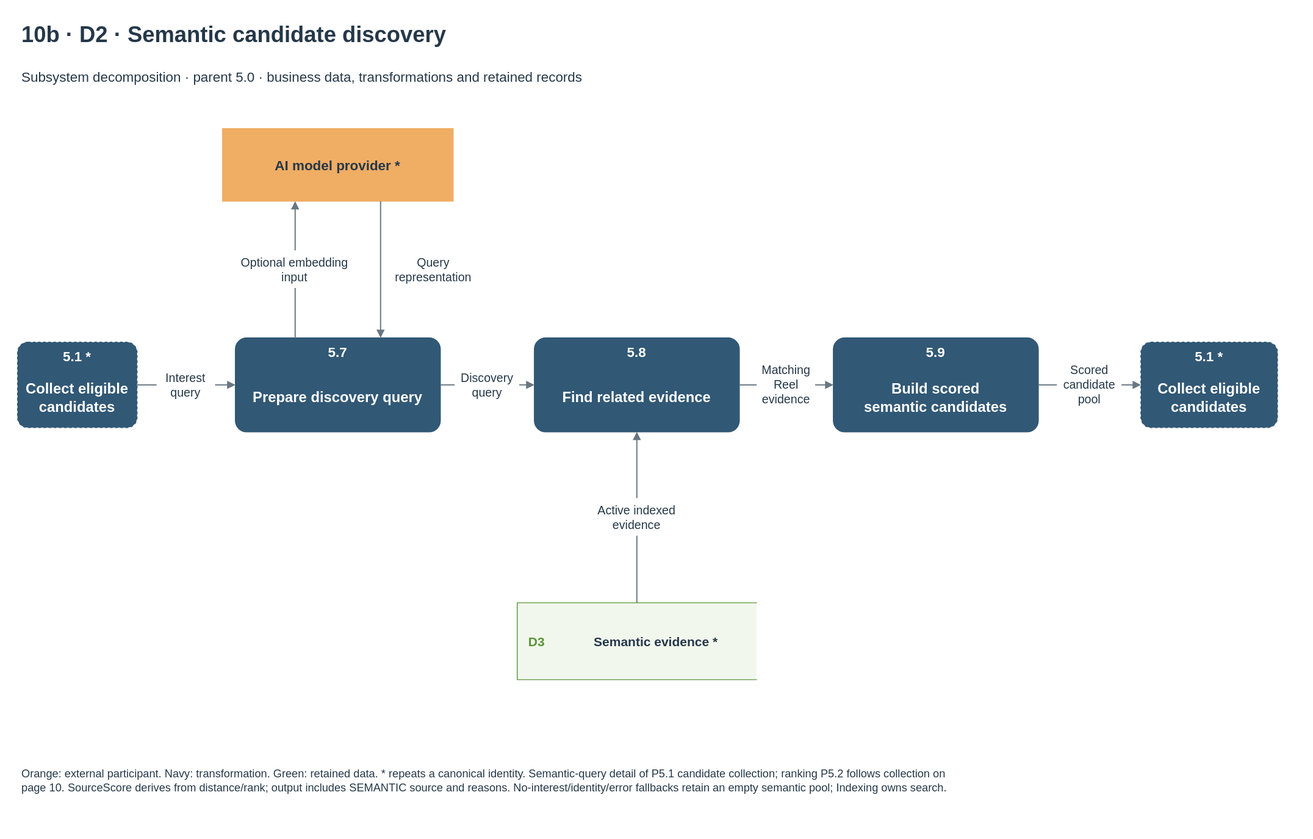
HieuCuteDangYeu/velora-backend keeps this draw.io diagram as docs/diagrams/velora-current/importable-svg/10b-dfd-semantic-candidates.drawio.svg. Above is the earlier version. Source tidied: cells renumbered, new cells last; positions are measured from the earlier drawing's top-left corner, leaving out a move shared by most shapes.
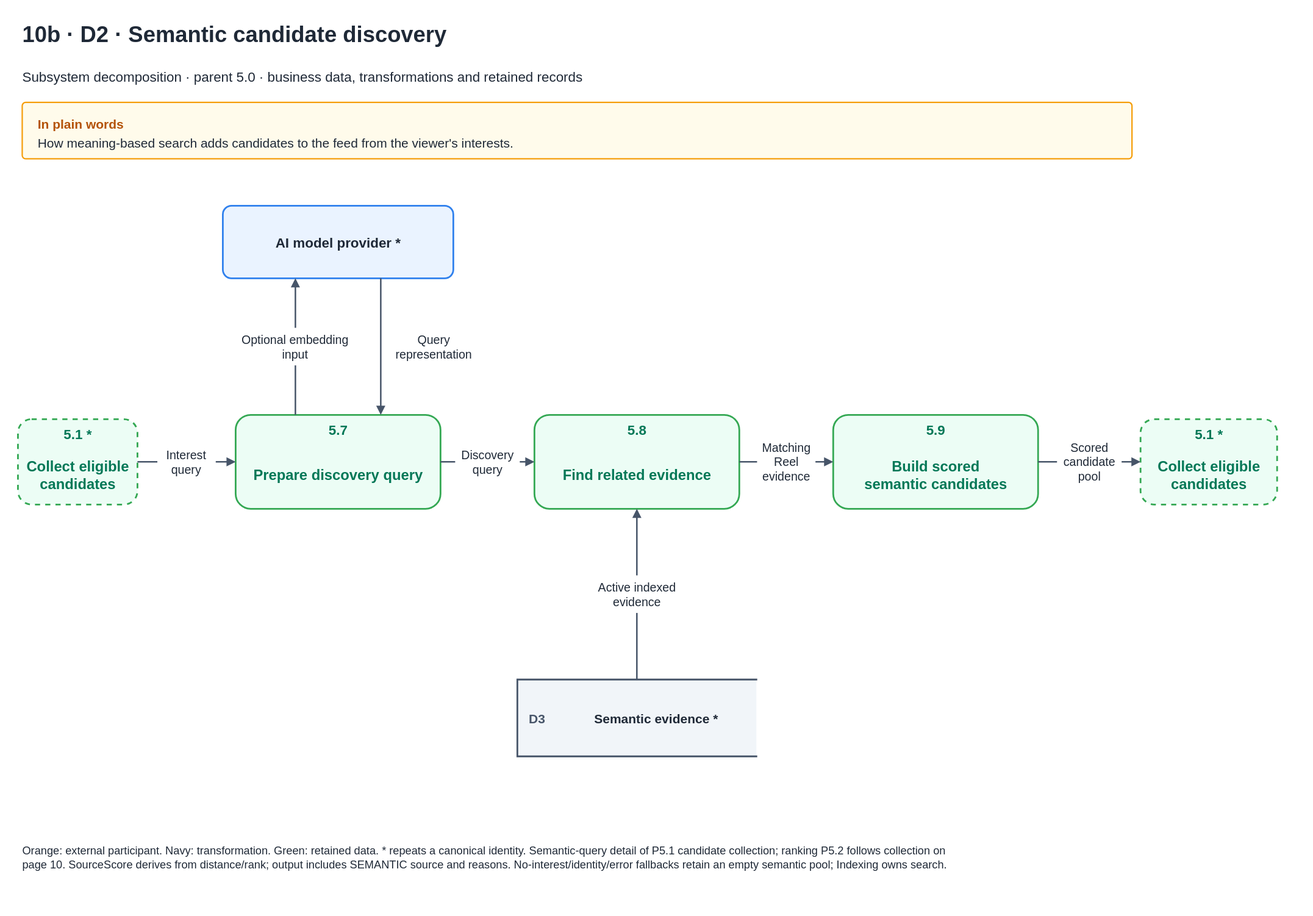
After the change.

Diff of the diagram source:
```diff
@@ -4,87 +4,93 @@
     <mxCell id="1" parent="0" />
-    <mxCell id="2" value="10b · D2 · Semantic candidate discovery" style="text;html=1;whiteSpace=wrap;fontFamily=Arial;fontSize=26;fontColor=#253849;fontStyle=1;align=left;verticalAlign=middle;spacing=0;" parent="1" vertex="1">
-      <mxGeometry x="5" width="1460" height="40" as="geometry" />
+    <mxCell id="2" value="10b · D2 · Semantic candidate discovery" style="text;html=1;whiteSpace=wrap;fontFamily=Helvetica;fontSize=26;fontColor=#1F2937;fontStyle=1;align=left;verticalAlign=middle;spacing=0;" parent="1" vertex="1">
+      <mxGeometry x="5" y="-91" width="1460" height="40" as="geometry" />
     </mxCell>
-    <mxCell id="3" value="Subsystem decomposition · parent 5.0 · business data, transformations and retained records" style="text;html=1;whiteSpace=wrap;fontFamily=Arial;fontSize=16;fontColor=#253849;fontStyle=0;align=left;verticalAlign=middle;spacing=0;" parent="1" vertex="1">
-      <mxGeometry x="5" y="50" width="1460" height="40" as="geometry" />
+    <mxCell id="3" value="Subsystem decomposition · parent 5.0 · business data, transformations and retained records" style="text;html=1;whiteSpace=wrap;fontFamily=Helvetica;fontSize=16;fontColor=#1F2937;fontStyle=0;align=left;verticalAlign=middle;spacing=0;" parent="1" vertex="1">
+      <mxGeometry x="5" y="-41" width="1460" height="40" as="geometry" />
     </mxCell>
+    <mxCell id="46" value="In plain words" style="rounded=1;arcSize=6;html=1;whiteSpace=wrap;fontFamily=Helvetica;fontSize=15;fontStyle=1;fontColor=#B45309;fillColor=#FFFBEB;strokeColor=#F59E0B;strokeWidth=1.6;align=left;verticalAlign=top;spacingLeft=16;spacingTop=10;" parent="1" vertex="1">
+      <mxGeometry x="5" y="9" width="1300" height="66" as="geometry" />
+    </mxCell>
+    <mxCell id="47" value="How meaning-based search adds candidates to the feed from the viewer&amp;#x27;s interests." style="text;html=1;whiteSpace=wrap;fontFamily=Helvetica;fontSize=15;fontColor=#1F2937;align=left;verticalAlign=top;strokeColor=none;fillColor=none;" parent="1" vertex="1">
+      <mxGeometry x="21" y="41" width="1268" height="28" as="geometry" />
+    </mxCell>
-    <mxCell id="4" style="rounded=1;arcSize=12;fillColor=#315875;strokeColor=#315875;dashed=0;whiteSpace=wrap;" parent="1" vertex="1">
+    <mxCell id="4" style="rounded=1;arcSize=16;fillColor=#ECFDF5;strokeColor=#34A853;dashed=0;whiteSpace=wrap;strokeWidth=2;" parent="1" vertex="1">
       <mxGeometry x="255" y="375" width="240" height="110" as="geometry" />
     </mxCell>
-    <mxCell id="5" value="5.7" style="text;html=1;whiteSpace=wrap;fontFamily=Arial;fontSize=16;fontColor=white;fontStyle=1;align=center;verticalAlign=middle;spacing=0;" parent="4" vertex="1">
+    <mxCell id="5" value="5.7" style="text;html=1;whiteSpace=wrap;fontFamily=Helvetica;fontSize=16;fontColor=#047857;fontStyle=1;align=center;verticalAlign=middle;spacing=0;" parent="4" vertex="1">
       <mxGeometry x="5" y="4" width="230" height="25" as="geometry" />
     </mxCell>
-    <mxCell id="6" value="Prepare discovery query" style="text;html=1;whiteSpace=wrap;fontFamily=Arial;fontSize=17;fontColor=white;fontStyle=1;align=center;verticalAlign=middle;spacing=0;" parent="4" vertex="1">
+    <mxCell id="6" value="Prepare discovery query" style="text;html=1;whiteSpace=wrap;fontFamily=Helvetica;fontSize=17;fontColor=#047857;fontStyle=1;align=center;verticalAlign=middle;spacing=0;" parent="4" vertex="1">
       <mxGeometry x="8" y="36" width="224" height="70" as="geometry" />
     </mxCell>
-    <mxCell id="7" style="rounded=1;arcSize=12;fillColor=#315875;strokeColor=#315875;dashed=0;whiteSpace=wrap;" parent="1" vertex="1">
+    <mxCell id="7" style="rounded=1;arcSize=16;fillColor=#ECFDF5;strokeColor=#34A853;dashed=0;whiteSpace=wrap;strokeWidth=2;" parent="1" vertex="1">
       <mxGeometry x="605" y="375" width="240" height="110" as="geometry" />
     </mxCell>
-    <mxCell id="8" value="5.8" style="text;html=1;whiteSpace=wrap;fontFamily=Arial;fontSize=16;fontColor=white;fontStyle=1;align=center;verticalAlign=middle;spacing=0;" parent="7" vertex="1">
+    <mxCell id="8" value="5.8" style="text;html=1;whiteSpace=wrap;fontFamily=Helvetica;fontSize=16;fontColor=#047857;fontStyle=1;align=center;verticalAlign=middle;spacing=0;" parent="7" vertex="1">
       <mxGeometry x="5" y="4" width="230" height="25" as="geometry" />
     </mxCell>
-    <mxCell id="9" value="Find related evidence" style="text;html=1;whiteSpace=wrap;fontFamily=Arial;fontSize=17;fontColor=white;fontStyle=1;align=center;verticalAlign=middle;spacing=0;" parent="7" vertex="1">
+    <mxCell id="9" value="Find related evidence" style="text;html=1;whiteSpace=wrap;fontFamily=Helvetica;fontSize=17;fontColor=#047857;fontStyle=1;align=center;verticalAlign=middle;spacing=0;" parent="7" vertex="1">
       <mxGeometry x="8" y="36" width="224" height="70" as="geometry" />
     </mxCell>
-    <mxCell id="10" style="rounded=1;arcSize=12;fillColor=#315875;strokeColor=#315875;dashed=0;whiteSpace=wrap;" parent="1" vertex="1">
+    <mxCell id="10" style="rounded=1;arcSize=16;fillColor=#ECFDF5;strokeColor=#34A853;dashed=0;whiteSpace=wrap;strokeWidth=2;" parent="1" vertex="1">
       <mxGeometry x="955" y="375" width="240" height="110" as="geometry" />
     </mxCell>
-    <mxCell id="11" value="5.9" style="text;html=1;whiteSpace=wrap;fontFamily=Arial;fontSize=16;fontColor=white;fontStyle=1;align=center;verticalAlign=middle;spacing=0;" parent="10" vertex="1">
+    <mxCell id="11" value="5.9" style="text;html=1;whiteSpace=wrap;fontFamily=Helvetica;fontSize=16;fontColor=#047857;fontStyle=1;align=center;verticalAlign=middle;spacing=0;" parent="10" vertex="1">
       <mxGeometry x="5" y="4" width="230" height="25" as="geometry" />
     </mxCell>
-    <mxCell id="12" value="Build scored&lt;br&gt;semantic candidates" style="text;html=1;whiteSpace=wrap;fontFamily=Arial;fontSize=17;fontColor=white;fontStyle=1;align=center;verticalAlign=middle;spacing=0;" parent="10" vertex="1">
+    <mxCell id="12" value="Build scored&lt;br&gt;semantic candidates" style="text;html=1;whiteSpace=wrap;fontFamily=Helvetica;fontSize=17;fontColor=#047857;fontStyle=1;align=center;verticalAlign=middle;spacing=0;" parent="10" vertex="1">
       <mxGeometry x="8" y="36" width="224" height="70" as="geometry" />
     </mxCell>
-    <mxCell id="13" style="rounded=1;arcSize=12;fillColor=#315875;strokeColor=#315875;dashed=1;whiteSpace=wrap;" parent="1" vertex="1">
+    <mxCell id="13" style="rounded=1;arcSize=16;fillColor=#ECFDF5;strokeColor=#34A853;dashed=1;whiteSpace=wrap;strokeWidth=2;" parent="1" vertex="1">
       <mxGeometry y="380" width="140" height="100" as="geometry" />
     </mxCell>
-    <mxCell id="14" value="5.1 *" style="text;html=1;whiteSpace=wrap;fontFamily=Arial;fontSize=16;fontColor=white;fontStyle=1;align=center;verticalAlign=middle;spacing=0;" parent="13" vertex="1">
+    <mxCell id="14" value="5.1 *" style="text;html=1;whiteSpace=wrap;fontFamily=Helvetica;fontSize=16;fontColor=#047857;fontStyle=1;align=center;verticalAlign=middle;spacing=0;" parent="13" vertex="1">
       <mxGeometry x="5" y="4" width="130" height="25" as="geometry" />
     </mxCell>
-    <mxCell id="15" value="Collect eligible&lt;br&gt;candidates" style="text;html=1;whiteSpace=wrap;fontFamily=Arial;fontSize=17;fontColor=white;fontStyle=1;align=center;verticalAlign=middle;spacing=0;" parent="13" vertex="1">
+    <mxCell id="15" value="Collect eligible&lt;br&gt;candidates" style="text;html=1;whiteSpace=wrap;fontFamily=Helvetica;fontSize=17;fontColor=#047857;fontStyle=1;align=center;verticalAlign=middle;spacing=0;" parent="13" vertex="1">
       <mxGeometry x="8" y="36" width="124" height="60" as="geometry" />
     </mxCell>
-    <mxCell id="16" style="rounded=0;arcSize=12;fillColor=#f0ad64;strokeColor=#f0ad64;dashed=0;whiteSpace=wrap;" parent="1" vertex="1">
+    <mxCell id="16" style="rounded=1;arcSize=12;fillColor=#EAF3FF;strokeColor=#2F80ED;dashed=0;whiteSpace=wrap;strokeWidth=2;" parent="1" vertex="1">
       <mxGeometry x="240" y="130" width="270" height="85" as="geometry" />
     </mxCell>
-    <mxCell id="17" value="AI model provider *" style="text;html=1;whiteSpace=wrap;fontFamily=Arial;fontSize=16;fontColor=#253849;fontStyle=1;align=center;verticalAlign=middle;spacing=0;" parent="16" vertex="1">
+    <mxCell id="17" value="AI model provider *" style="text;html=1;whiteSpace=wrap;fontFamily=Helvetica;fontSize=16;fontColor=#1F2937;fontStyle=1;align=center;verticalAlign=middle;spacing=0;" parent="16" vertex="1">
       <mxGeometry x="8" y="8" width="254" height="69" as="geometry" />
     </mxCell>
-    <mxCell id="18" style="shape=partialRectangle;right=0;left=1;top=1;bottom=1;rounded=0;fillColor=#f2f7ed;strokeColor=#579539;whiteSpace=wrap;" parent="1" vertex="1">
+    <mxCell id="18" style="shape=partialRectangle;right=0;left=1;top=1;bottom=1;rounded=0;fillColor=#F1F5F9;strokeColor=#475569;whiteSpace=wrap;strokeWidth=2;" parent="1" vertex="1">
       <mxGeometry x="585" y="685" width="280" height="90" as="geometry" />
     </mxCell>
-    <mxCell id="19" value="D3" style="text;html=1;whiteSpace=wrap;fontFamily=Arial;fontSize=15;fontColor=#579539;fontStyle=1;align=center;verticalAlign=middle;spacing=0;" parent="18" vertex="1">
+    <mxCell id="19" value="D3" style="text;html=1;whiteSpace=wrap;fontFamily=Helvetica;fontSize=15;fontColor=#475569;fontStyle=1;align=center;verticalAlign=middle;spacing=0;" parent="18" vertex="1">
       <mxGeometry x="2" y="2" width="42" height="86" as="geometry" />
     </mxCell>
-    <mxCell id="20" value="Semantic evidence *" style="text;html=1;whiteSpace=wrap;fontFamily=Arial;fontSize=15;fontColor=#253849;fontStyle=1;align=center;verticalAlign=middle;spacing=0;" parent="18" vertex="1">
+    <mxCell id="20" value="Semantic evidence *" style="text;html=1;whiteSpace=wrap;fontFamily=Helvetica;fontSize=15;fontColor=#1F2937;fontStyle=1;align=center;verticalAlign=middle;spacing=0;" parent="18" vertex="1">
       <mxGeometry x="53" y="5" width="219" height="80" as="geometry" />
     </mxCell>
-    <mxCell id="21" style="rounded=1;arcSize=12;fillColor=#315875;strokeColor=#315875;dashed=1;whiteSpace=wrap;" parent="1" vertex="1">
+    <mxCell id="21" style="rounded=1;arcSize=16;fillColor=#ECFDF5;strokeColor=#34A853;dashed=1;whiteSpace=wrap;strokeWidth=2;" parent="1" vertex="1">
       <mxGeometry x="1315" y="380" width="160" height="100" as="geometry" />
     </mxCell>
-    <mxCell id="22" value="5.1 *" style="text;html=1;whiteSpace=wrap;fontFamily=Arial;fontSize=16;fontColor=white;fontStyle=1;align=center;verticalAlign=middle;spacing=0;" parent="21" vertex="1">
+    <mxCell id="22" value="5.1 *" style="text;html=1;whiteSpace=wrap;fontFamily=Helvetica;fontSize=16;fontColor=#047857;fontStyle=1;align=center;verticalAlign=middle;spacing=0;" parent="21" vertex="1">
       <mxGeometry x="5" y="4" width="150" height="25" as="geometry" />
     </mxCell>
-    <mxCell id="23" value="Collect eligible&lt;br&gt;candidates" style="text;html=1;whiteSpace=wrap;fontFamily=Arial;fontSize=17;fontColor=white;fontStyle=1;align=center;verticalAlign=middle;spacing=0;" parent="21" vertex="1">
+    <mxCell id="23" value="Collect eligible&lt;br&gt;candidates" style="text;html=1;whiteSpace=wrap;fontFamily=Helvetica;fontSize=17;fontColor=#047857;fontStyle=1;align=center;verticalAlign=middle;spacing=0;" parent="21" vertex="1">
       <mxGeometry x="8" y="36" width="144" height="60" as="geometry" />
     </mxCell>
-    <mxCell id="24" style="edgeStyle=none;noEdgeStyle=1;endArrow=block;endFill=1;strokeColor=#687782;strokeWidth=1.4;jumpStyle=arc;jumpSize=8;exitPerimeter=0;entryPerimeter=0;exitX=1.0;exitY=0.5;entryX=0.0;entryY=0.5;" parent="1" edge="1" source="13" target="4">
+    <mxCell id="24" style="edgeStyle=none;noEdgeStyle=1;endArrow=block;endFill=1;strokeColor=#475569;strokeWidth=1.8;jumpStyle=arc;jumpSize=8;exitPerimeter=0;entryPerimeter=0;exitX=1.0;exitY=0.5;entryX=0.0;entryY=0.5;" parent="1" edge="1" source="13" target="4">
       <mxGeometry relative="1" as="geometry" />
     </mxCell>
-    <mxCell id="25" style="edgeStyle=none;noEdgeStyle=1;endArrow=block;endFill=1;strokeColor=#687782;strokeWidth=1.4;jumpStyle=arc;jumpSize=8;exitPerimeter=0;entryPerimeter=0;exitX=1.0;exitY=0.5;entryX=0.0;entryY=0.5;" parent="1" edge="1" source="4" target="7">
+    <mxCell id="25" style="edgeStyle=none;noEdgeStyle=1;endArrow=block;endFill=1;strokeColor=#475569;strokeWidth=1.8;jumpStyle=arc;jumpSize=8;exitPerimeter=0;entryPerimeter=0;exitX=1.0;exitY=0.5;entryX=0.0;entryY=0.5;" parent="1" edge="1" source="4" target="7">
       <mxGeometry relative="1" as="geometry" />
     </mxCell>
-    <mxCell id="26" style="edgeStyle=none;noEdgeStyle=1;endArrow=block;endFill=1;strokeColor=#687782;strokeWidth=1.4;jumpStyle=arc;jumpSize=8;exitPerimeter=0;entryPerimeter=0;exitX=1.0;exitY=0.5;entryX=0.0;entryY=0.5;" parent="1" edge="1" source="7" target="10">
+    <mxCell id="26" style="edgeStyle=none;noEdgeStyle=1;endArrow=block;endFill=1;strokeColor=#475569;strokeWidth=1.8;jumpStyle=arc;jumpSize=8;exitPerimeter=0;entryPerimeter=0;exitX=1.0;exitY=0.5;entryX=0.0;entryY=0.5;" parent="1" edge="1" source="7" target="10">
       <mxGeometry relative="1" as="geometry" />
     </mxCell>
-    <mxCell id="27" style="edgeStyle=none;noEdgeStyle=1;endArrow=block;endFill=1;strokeColor=#687782;strokeWidth=1.4;jumpStyle=arc;jumpSize=8;exitPerimeter=0;entryPerimeter=0;exitX=0.2916666666666667;exitY=0.0;entryX=0.3148148148148148;entryY=1.0;" parent="1" edge="1" source="4" target="16">
+    <mxCell id="27" style="edgeStyle=none;noEdgeStyle=1;endArrow=block;endFill=1;strokeColor=#475569;strokeWidth=1.8;jumpStyle=arc;jumpSize=8;exitPerimeter=0;entryPerimeter=0;exitX=0.2916666666666667;exitY=0.0;entryX=0.3148148148148148;entryY=1.0;" parent="1" edge="1" source="4" target="16">
       <mxGeometry relative="1" as="geometry" />
     </mxCell>
-    <mxCell id="28" style="edgeStyle=none;noEdgeStyle=1;endArrow=block;endFill=1;strokeColor=#687782;strokeWidth=1.4;jumpStyle=arc;jumpSize=8;exitPerimeter=0;entryPerimeter=0;exitX=0.6851851851851852;exitY=1.0;entryX=0.7083333333333334;entryY=0.0;" parent="1" edge="1" source="16" target="4">
+    <mxCell id="28" style="edgeStyle=none;noEdgeStyle=1;endArrow=block;endFill=1;strokeColor=#475569;strokeWidth=1.8;jumpStyle=arc;jumpSize=8;exitPerimeter=0;entryPerimeter=0;exitX=0.6851851851851852;exitY=1.0;entryX=0.7083333333333334;entryY=0.0;" parent="1" edge="1" source="16" target="4">
       <mxGeometry relative="1" as="geometry" />
     </mxCell>
-    <mxCell id="29" style="edgeStyle=none;noEdgeStyle=1;endArrow=block;endFill=1;strokeColor=#687782;strokeWidth=1.4;jumpStyle=arc;jumpSize=8;exitPerimeter=0;entryPerimeter=0;exitX=0.5;exitY=0.0;entryX=0.5;entryY=1.0;" parent="1" edge="1" source="18" target="7">
+    <mxCell id="29" style="edgeStyle=none;noEdgeStyle=1;endArrow=block;endFill=1;strokeColor=#475569;strokeWidth=1.8;jumpStyle=arc;jumpSize=8;exitPerimeter=0;entryPerimeter=0;exitX=0.5;exitY=0.0;entryX=0.5;entryY=1.0;" parent="1" edge="1" source="18" target="7">
       <mxGeometry relative="1" as="geometry" />
     </mxCell>
-    <mxCell id="30" style="edgeStyle=none;noEdgeStyle=1;endArrow=block;endFill=1;strokeColor=#687782;strokeWidth=1.4;jumpStyle=arc;jumpSize=8;exitPerimeter=0;entryPerimeter=0;exitX=1.0;exitY=0.5;entryX=0.0;entryY=0.5;" parent="1" edge="1" source="10" target="21">
+    <mxCell id="30" style="edgeStyle=none;noEdgeStyle=1;endArrow=block;endFill=1;strokeColor=#475569;strokeWidth=1.8;jumpStyle=arc;jumpSize=8;exitPerimeter=0;entryPerimeter=0;exitX=1.0;exitY=0.5;entryX=0.0;entryY=0.5;" parent="1" edge="1" source="10" target="21">
       <mxGeometry relative="1" as="geometry" />
@@ -94,3 +100,3 @@
     </mxCell>
-    <mxCell id="32" value="Discovery&lt;br&gt;query" style="text;html=1;whiteSpace=wrap;fontFamily=Arial;fontSize=14;fontColor=#253849;fontStyle=0;align=center;verticalAlign=middle;spacing=0;" parent="1" vertex="1">
+    <mxCell id="32" value="Discovery&lt;br&gt;query" style="text;html=1;whiteSpace=wrap;fontFamily=Helvetica;fontSize=14;fontColor=#1F2937;fontStyle=0;align=center;verticalAlign=middle;spacing=0;" parent="1" vertex="1">
       <mxGeometry x="512.1" y="408" width="75.7" height="44" as="geometry" />
@@ -100,3 +106,3 @@
     </mxCell>
-    <mxCell id="34" value="Matching&lt;br&gt;Reel&lt;br&gt;evidence" style="text;html=1;whiteSpace=wrap;fontFamily=Arial;fontSize=14;fontColor=#253849;fontStyle=0;align=center;verticalAlign=middle;spacing=0;" parent="1" vertex="1">
+    <mxCell id="34" value="Matching&lt;br&gt;Reel&lt;br&gt;evidence" style="text;html=1;whiteSpace=wrap;fontFamily=Helvetica;fontSize=14;fontColor=#1F2937;fontStyle=0;align=center;verticalAlign=middle;spacing=0;" parent="1" vertex="1">
       <mxGeometry x="865.8" y="399" width="68.4" height="62" as="geometry" />
@@ -106,3 +112,3 @@
     </mxCell>
-    <mxCell id="36" value="Interest&lt;br&gt;query" style="text;html=1;whiteSpace=wrap;fontFamily=Arial;fontSize=14;fontColor=#253849;fontStyle=0;align=center;verticalAlign=middle;spacing=0;" parent="1" vertex="1">
+    <mxCell id="36" value="Interest&lt;br&gt;query" style="text;html=1;whiteSpace=wrap;fontFamily=Helvetica;fontSize=14;fontColor=#1F2937;fontStyle=0;align=center;verticalAlign=middle;spacing=0;" parent="1" vertex="1">
       <mxGeometry x="163.3" y="408" width="68.4" height="44" as="geometry" />
@@ -112,3 +118,3 @@
     </mxCell>
-    <mxCell id="38" value="Scored&lt;br&gt;candidate&lt;br&gt;pool" style="text;html=1;whiteSpace=wrap;fontFamily=Arial;fontSize=14;fontColor=#253849;fontStyle=0;align=center;verticalAlign=middle;spacing=0;" parent="1" vertex="1">
+    <mxCell id="38" value="Scored&lt;br&gt;candidate&lt;br&gt;pool" style="text;html=1;whiteSpace=wrap;fontFamily=Helvetica;fontSize=14;fontColor=#1F2937;fontStyle=0;align=center;verticalAlign=middle;spacing=0;" parent="1" vertex="1">
       <mxGeometry x="1217.2" y="399" width="75.7" height="62" as="geometry" />
@@ -118,3 +124,3 @@
     </mxCell>
-    <mxCell id="40" value="Optional embedding&lt;br&gt;input" style="text;html=1;whiteSpace=wrap;fontFamily=Arial;fontSize=14;fontColor=#253849;fontStyle=0;align=center;verticalAlign=middle;spacing=0;" parent="1" vertex="1">
+    <mxCell id="40" value="Optional embedding&lt;br&gt;input" style="text;html=1;whiteSpace=wrap;fontFamily=Helvetica;fontSize=14;fontColor=#1F2937;fontStyle=0;align=center;verticalAlign=middle;spacing=0;" parent="1" vertex="1">
       <mxGeometry x="254.3" y="273" width="141.4" height="44" as="geometry" />
@@ -124,3 +130,3 @@
     </mxCell>
-    <mxCell id="42" value="Query&lt;br&gt;representation" style="text;html=1;whiteSpace=wrap;fontFamily=Arial;fontSize=14;fontColor=#253849;fontStyle=0;align=center;verticalAlign=middle;spacing=0;" parent="1" vertex="1">
+    <mxCell id="42" value="Query&lt;br&gt;representation" style="text;html=1;whiteSpace=wrap;fontFamily=Helvetica;fontSize=14;fontColor=#1F2937;fontStyle=0;align=center;verticalAlign=middle;spacing=0;" parent="1" vertex="1">
       <mxGeometry x="431" y="273" width="112.2" height="44" as="geometry" />
@@ -130,6 +136,6 @@
     </mxCell>
-    <mxCell id="44" value="Active indexed&lt;br&gt;evidence" style="text;html=1;whiteSpace=wrap;fontFamily=Arial;fontSize=14;fontColor=#253849;fontStyle=0;align=center;verticalAlign=middle;spacing=0;" parent="1" vertex="1">
+    <mxCell id="44" value="Active indexed&lt;br&gt;evidence" style="text;html=1;whiteSpace=wrap;fontFamily=Helvetica;fontSize=14;fontColor=#1F2937;fontStyle=0;align=center;verticalAlign=middle;spacing=0;" parent="1" vertex="1">
       <mxGeometry x="668.9" y="563" width="112.2" height="44" as="geometry" />
     </mxCell>
-    <mxCell id="45" value="Orange: external participant. Navy: transformation. Green: retained data. * repeats a canonical identity. Semantic-query detail of P5.1 candidate collection; ranking P5.2 follows collection on&lt;br&gt;page 10. SourceScore derives from distance/rank; output includes SEMANTIC source and reasons. No-interest/identity/error fallbacks retain an empty semantic pool; Indexing owns search." style="text;html=1;whiteSpace=wrap;fontFamily=Arial;fontSize=13;fontColor=#253849;fontStyle=0;align=left;verticalAlign=middle;spacing=0;" parent="1" vertex="1">
+    <mxCell id="45" value="Orange: external participant. Navy: transformation. Green: retained data. * repeats a canonical identity. Semantic-query detail of P5.1 candidate collection; ranking P5.2 follows collection on&lt;br&gt;page 10. SourceScore derives from distance/rank; output includes SEMANTIC source and reasons. No-interest/identity/error fallbacks retain an empty semantic pool; Indexing owns search." style="text;html=1;whiteSpace=wrap;fontFamily=Helvetica;fontSize=13;fontColor=#1F2937;fontStyle=0;align=left;verticalAlign=middle;spacing=0;" parent="1" vertex="1">
       <mxGeometry x="5" y="865" width="1460" height="56" as="geometry" />
```
